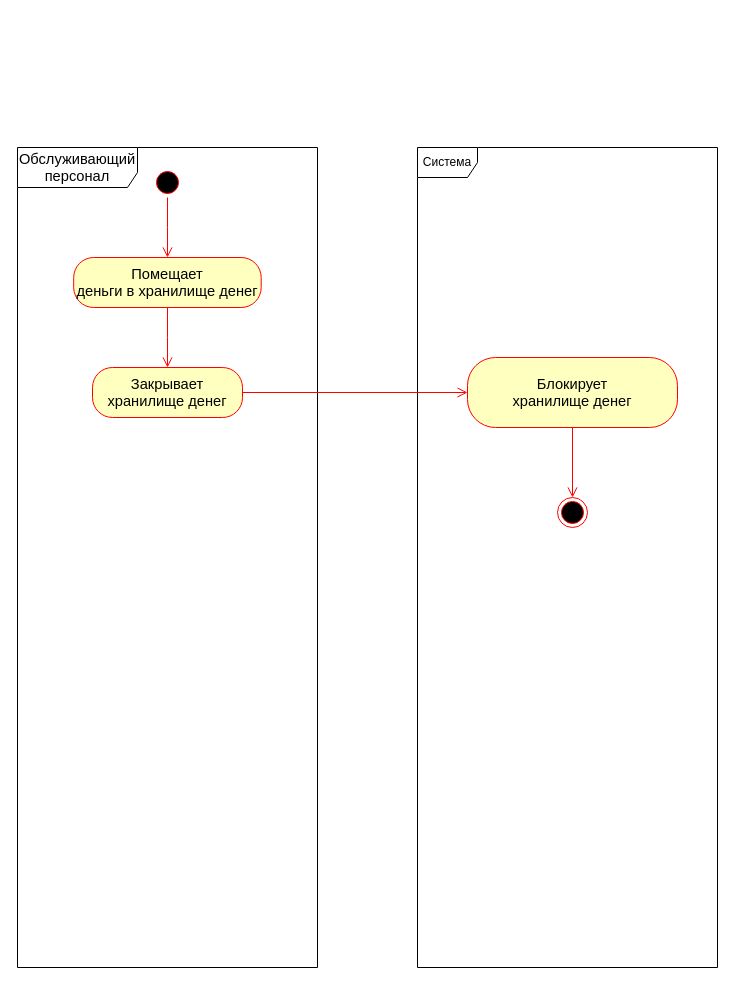
This is page "Загрузить деньги" (4 of 5) of папс/Банкомат/Банкомат Активность.drawio from KvoERR/pnrpu-3rd-year, a draw.io file, before an edit. Source tidied: cells renumbered, new cells numbered last; positions are measured from the earlier drawing's top-left corner, leaving out a move shared by most shapes. Both pictures are drawn from the tidied source at 100%, with x=0, y=0 at pixel (17, 147).
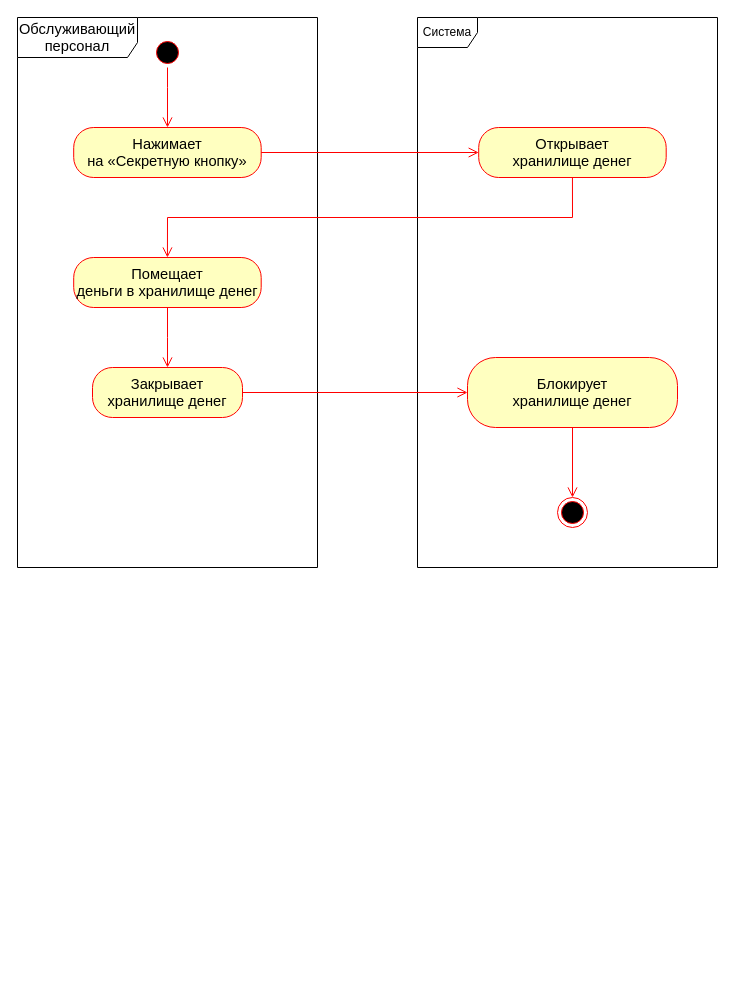
The same diagram, later.

Diff of the diagram source:
```diff
@@
 <mxGraphModel>
   <root>
     <mxCell id="0" />
     <mxCell id="1" parent="0" />
     <mxCell id="2" value="&lt;span style=&quot;font-size:11.0pt;line-height:115%;&lt;br/&gt;font-family:&amp;quot;Calibri&amp;quot;,sans-serif;mso-ascii-theme-font:minor-latin;mso-fareast-font-family:&lt;br/&gt;Calibri;mso-fareast-theme-font:minor-latin;mso-hansi-theme-font:minor-latin;&lt;br/&gt;mso-bidi-font-family:&amp;quot;Times New Roman&amp;quot;;mso-bidi-theme-font:minor-bidi;&lt;br/&gt;mso-ansi-language:RU;mso-fareast-language:EN-US;mso-bidi-language:AR-SA&quot;&gt;Обслуживающий&lt;br/&gt;персонал&lt;/span&gt;" style="shape=umlFrame;whiteSpace=wrap;html=1;width=120;height=40;" parent="1" vertex="1">
-      <mxGeometry width="300" height="820" as="geometry" />
+      <mxGeometry y="-130" width="300" height="550" as="geometry" />
     </mxCell>
     <mxCell id="3" style="ellipse;html=1;shape=startState;fillColor=#000000;strokeColor=#ff0000;" parent="1" vertex="1">
-      <mxGeometry x="135" y="20" width="30" height="30" as="geometry" />
+      <mxGeometry x="135" y="-110" width="30" height="30" as="geometry" />
     </mxCell>
     <mxCell id="4" style="edgeStyle=orthogonalEdgeStyle;html=1;verticalAlign=bottom;endArrow=open;endSize=8;strokeColor=#ff0000;rounded=0;" parent="1" edge="1" source="3">
       <mxGeometry relative="1" as="geometry">
-        <mxPoint x="150" y="110" as="targetPoint" />
+        <mxPoint x="150" y="-20" as="targetPoint" />
+        <Array as="points">
+          <mxPoint x="150" y="-60" />
+          <mxPoint x="150" y="-60" />
+        </Array>
       </mxGeometry>
     </mxCell>
     <mxCell id="5" value="&lt;span style=&quot;font-size:11.0pt;line-height:115%;&lt;br/&gt;font-family:&amp;quot;Calibri&amp;quot;,sans-serif;mso-ascii-theme-font:minor-latin;mso-fareast-font-family:&lt;br/&gt;Calibri;mso-fareast-theme-font:minor-latin;mso-hansi-theme-font:minor-latin;&lt;br/&gt;mso-bidi-font-family:&amp;quot;Times New Roman&amp;quot;;mso-bidi-theme-font:minor-bidi;&lt;br/&gt;mso-ansi-language:RU;mso-fareast-language:EN-US;mso-bidi-language:AR-SA&quot;&gt;Помещает&lt;br/&gt;деньги в хранилище денег&lt;/span&gt;" style="rounded=1;whiteSpace=wrap;html=1;arcSize=40;fontColor=#000000;fillColor=#ffffc0;strokeColor=#ff0000;" parent="1" vertex="1">
       <mxGeometry x="56.2" y="110" width="187.5" height="50" as="geometry" />
     </mxCell>
     <mxCell id="6" style="edgeStyle=orthogonalEdgeStyle;html=1;verticalAlign=bottom;endArrow=open;endSize=8;strokeColor=#ff0000;rounded=0;entryX=0.5;entryY=0;entryDx=0;entryDy=0;" parent="1" edge="1" source="5" target="8">
       <mxGeometry relative="1" as="geometry" />
     </mxCell>
     <mxCell id="7" value="Система" style="shape=umlFrame;whiteSpace=wrap;html=1;" parent="1" vertex="1">
-      <mxGeometry x="400" width="300" height="820" as="geometry" />
+      <mxGeometry x="400" y="-130" width="300" height="550" as="geometry" />
     </mxCell>
     <mxCell id="8" value="&lt;span style=&quot;font-size:11.0pt;line-height:115%;&lt;br/&gt;font-family:&amp;quot;Calibri&amp;quot;,sans-serif;mso-ascii-theme-font:minor-latin;mso-fareast-font-family:&lt;br/&gt;Calibri;mso-fareast-theme-font:minor-latin;mso-hansi-theme-font:minor-latin;&lt;br/&gt;mso-bidi-font-family:&amp;quot;Times New Roman&amp;quot;;mso-bidi-theme-font:minor-bidi;&lt;br/&gt;mso-ansi-language:RU;mso-fareast-language:EN-US;mso-bidi-language:AR-SA&quot;&gt;Закрывает&lt;br/&gt;хранилище денег&lt;/span&gt;" style="rounded=1;whiteSpace=wrap;html=1;arcSize=40;fontColor=#000000;fillColor=#ffffc0;strokeColor=#ff0000;" parent="1" vertex="1">
       <mxGeometry x="75" y="220" width="150" height="50" as="geometry" />
     </mxCell>
     <mxCell id="9" style="edgeStyle=orthogonalEdgeStyle;html=1;verticalAlign=bottom;endArrow=open;endSize=8;strokeColor=#ff0000;rounded=0;entryX=0;entryY=0.5;entryDx=0;entryDy=0;" parent="1" edge="1" source="8" target="10">
       <mxGeometry relative="1" as="geometry" />
     </mxCell>
     <mxCell id="10" value="&lt;span style=&quot;font-size:11.0pt;line-height:115%;&lt;br/&gt;font-family:&amp;quot;Calibri&amp;quot;,sans-serif;mso-ascii-theme-font:minor-latin;mso-fareast-font-family:&lt;br/&gt;Calibri;mso-fareast-theme-font:minor-latin;mso-hansi-theme-font:minor-latin;&lt;br/&gt;mso-bidi-font-family:&amp;quot;Times New Roman&amp;quot;;mso-bidi-theme-font:minor-bidi;&lt;br/&gt;mso-ansi-language:RU;mso-fareast-language:EN-US;mso-bidi-language:AR-SA&quot;&gt;Блокирует&lt;br/&gt;хранилище денег&lt;/span&gt;" style="rounded=1;whiteSpace=wrap;html=1;arcSize=40;fontColor=#000000;fillColor=#ffffc0;strokeColor=#ff0000;" parent="1" vertex="1">
       <mxGeometry x="450" y="210" width="210" height="70" as="geometry" />
     </mxCell>
     <mxCell id="11" style="ellipse;html=1;shape=endState;fillColor=#000000;strokeColor=#ff0000;" parent="1" vertex="1">
       <mxGeometry x="540" y="350" width="30" height="30" as="geometry" />
     </mxCell>
     <mxCell id="12" style="edgeStyle=orthogonalEdgeStyle;html=1;verticalAlign=bottom;endArrow=open;endSize=8;strokeColor=#ff0000;rounded=0;entryX=0.5;entryY=0;entryDx=0;entryDy=0;exitX=0.5;exitY=1;exitDx=0;exitDy=0;" parent="1" edge="1" source="10" target="11">
       <mxGeometry relative="1" as="geometry" />
     </mxCell>
+    <mxCell id="13" value="&lt;span style=&quot;font-size:11.0pt;line-height:115%;&lt;br/&gt;font-family:&amp;quot;Calibri&amp;quot;,sans-serif;mso-ascii-theme-font:minor-latin;mso-fareast-font-family:&lt;br/&gt;Calibri;mso-fareast-theme-font:minor-latin;mso-hansi-theme-font:minor-latin;&lt;br/&gt;mso-bidi-font-family:&amp;quot;Times New Roman&amp;quot;;mso-bidi-theme-font:minor-bidi;&lt;br/&gt;mso-ansi-language:RU;mso-fareast-language:EN-US;mso-bidi-language:AR-SA&quot;&gt;Нажимает&lt;br/&gt;на «Секретную кнопку»&lt;/span&gt;" style="rounded=1;whiteSpace=wrap;html=1;arcSize=40;fontColor=#000000;fillColor=#ffffc0;strokeColor=#ff0000;" parent="1" vertex="1">
+      <mxGeometry x="56.2" y="-20" width="187.5" height="50" as="geometry" />
+    </mxCell>
+    <mxCell id="14" value="&lt;span style=&quot;font-size:11.0pt;line-height:115%;&lt;br/&gt;font-family:&amp;quot;Calibri&amp;quot;,sans-serif;mso-ascii-theme-font:minor-latin;mso-fareast-font-family:&lt;br/&gt;Calibri;mso-fareast-theme-font:minor-latin;mso-hansi-theme-font:minor-latin;&lt;br/&gt;mso-bidi-font-family:&amp;quot;Times New Roman&amp;quot;;mso-bidi-theme-font:minor-bidi;&lt;br/&gt;mso-ansi-language:RU;mso-fareast-language:EN-US;mso-bidi-language:AR-SA&quot;&gt;Открывает&lt;br/&gt;хранилище денег&lt;/span&gt;" style="rounded=1;whiteSpace=wrap;html=1;arcSize=40;fontColor=#000000;fillColor=#ffffc0;strokeColor=#ff0000;" parent="1" vertex="1">
+      <mxGeometry x="461.2" y="-20" width="187.5" height="50" as="geometry" />
+    </mxCell>
+    <mxCell id="15" style="edgeStyle=orthogonalEdgeStyle;html=1;verticalAlign=bottom;endArrow=open;endSize=8;strokeColor=#ff0000;rounded=0;entryX=0;entryY=0.5;entryDx=0;entryDy=0;exitX=1;exitY=0.5;exitDx=0;exitDy=0;" parent="1" edge="1" source="13" target="14">
+      <mxGeometry relative="1" as="geometry" />
+    </mxCell>
+    <mxCell id="16" style="edgeStyle=orthogonalEdgeStyle;html=1;verticalAlign=bottom;endArrow=open;endSize=8;strokeColor=#ff0000;rounded=0;entryX=0.5;entryY=0;entryDx=0;entryDy=0;exitX=0.5;exitY=1;exitDx=0;exitDy=0;" parent="1" edge="1" source="14" target="5">
+      <mxGeometry relative="1" as="geometry" />
+    </mxCell>
   </root>
 </mxGraphModel>
```
